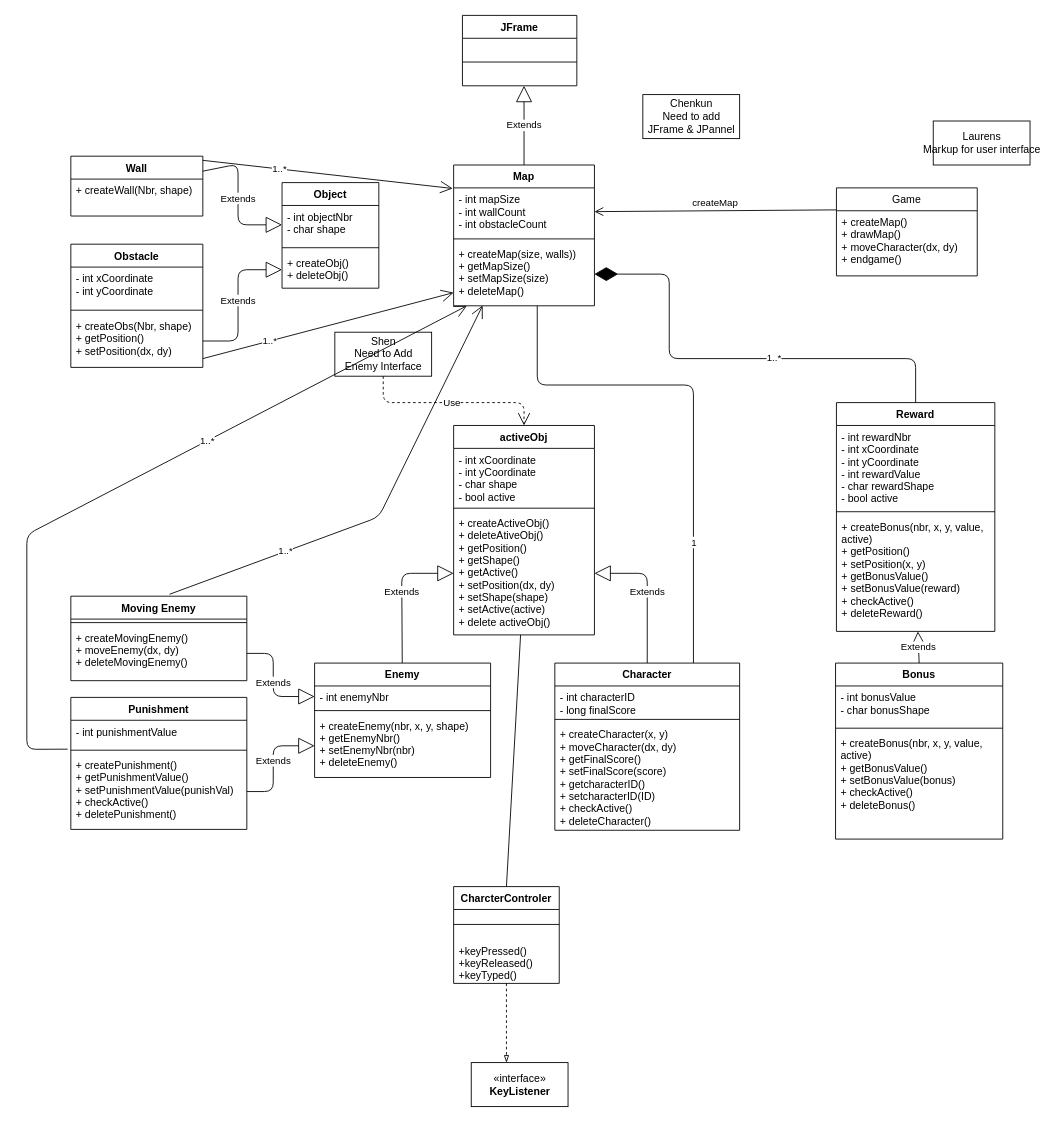
Before: page "Class Diagram" (1 of 3) of Design/Team_UML.drawio in cungquang/Tony-In-Need-of-Penny, a draw.io diagram. Source tidied: cells renumbered, new cells numbered last; positions are measured from the earlier drawing's top-left corner, leaving out a move shared by most shapes. Both pictures are drawn from the tidied source at 88%, with x=0, y=0 at pixel (26, 15).
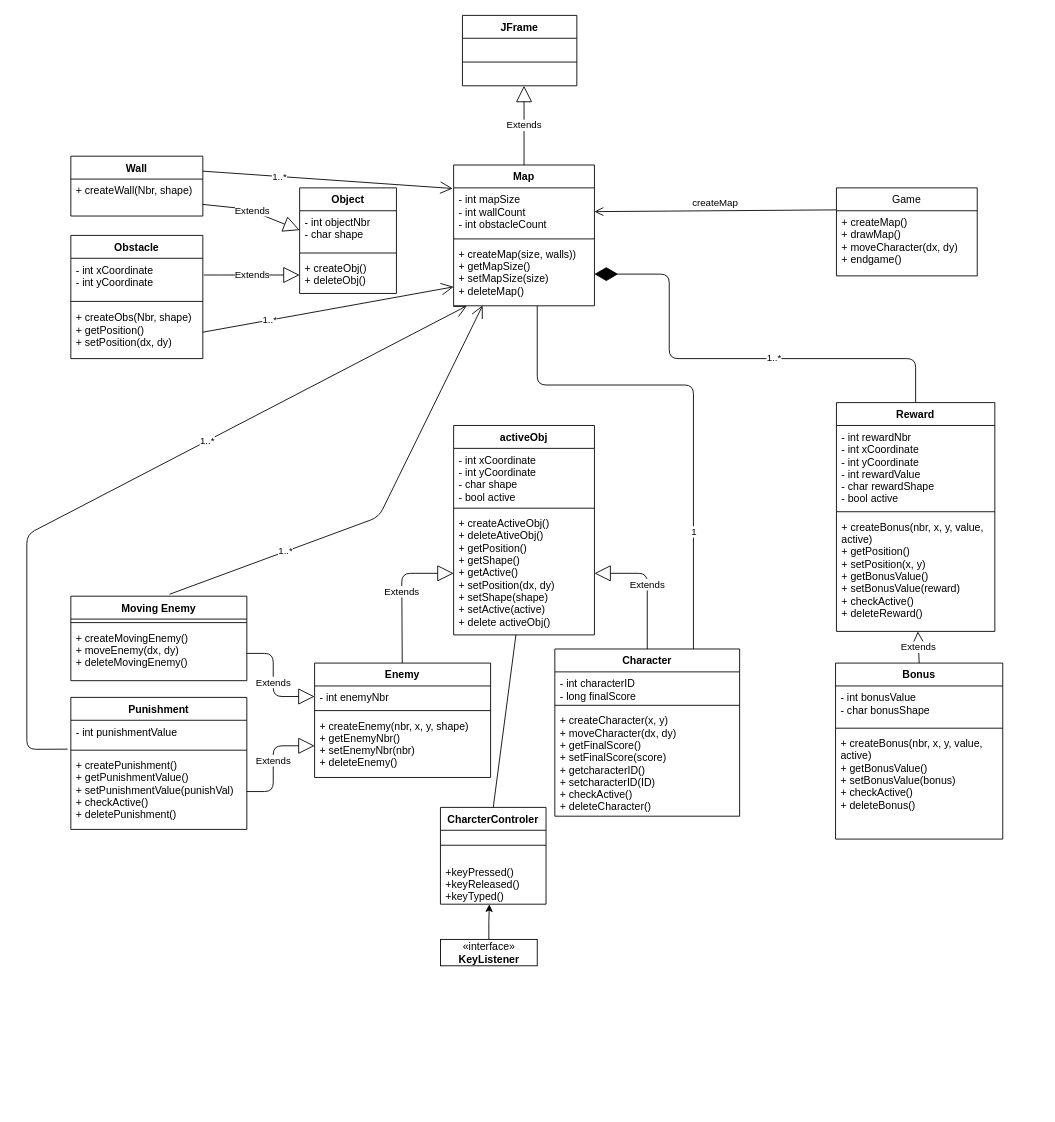
The same diagram, later.

Commit message:
FinalVersion 21/Feb 21:19

Unchanged cells that the change refers to:
```xml
<mxCell id="7" value="- int mapSize&#10;- int wallCount&#10;- int obstacleCount" style="text;strokeColor=none;fillColor=none;align=left;verticalAlign=top;spacingLeft=4;spacingRight=4;overflow=hidden;points=[[0,0.5],[1,0.5]];portConstraint=eastwest;" parent="6" vertex="1">
  <mxGeometry y="26" width="160" height="54" as="geometry" />
</mxCell>
<mxCell id="9" value="+ createMap(size, walls))&#10;+ getMapSize()&#10;+ setMapSize(size)&#10;+ deleteMap()" style="text;strokeColor=none;fillColor=none;align=left;verticalAlign=top;spacingLeft=4;spacingRight=4;overflow=hidden;points=[[0,0.5],[1,0.5]];portConstraint=eastwest;" parent="6" vertex="1">
  <mxGeometry y="88" width="160" height="72" as="geometry" />
</mxCell>
<mxCell id="26" value="Wall" style="swimlane;fontStyle=1;align=center;verticalAlign=top;horizontal=1;startSize=26;" parent="1" vertex="1">
  <mxGeometry x="50" y="160" width="150" height="68" as="geometry" />
</mxCell>
<mxCell id="27" value="+ createWall(Nbr, shape)" style="text;strokeColor=none;fillColor=none;align=left;verticalAlign=top;spacingLeft=4;spacingRight=4;overflow=hidden;points=[[0,0.5],[1,0.5]];portConstraint=eastwest;" parent="26" vertex="1">
  <mxGeometry y="26" width="150" height="42" as="geometry" />
</mxCell>
<mxCell id="31" value="+ createObs(Nbr, shape)&#10;+ getPosition()&#10;+ setPosition(dx, dy)&#10;" style="text;strokeColor=none;fillColor=none;align=left;verticalAlign=top;spacingLeft=4;spacingRight=4;overflow=hidden;points=[[0,0.5],[1,0.5]];portConstraint=eastwest;" parent="28" vertex="1">
  <mxGeometry y="80" width="150" height="60" as="geometry" />
</mxCell>
<mxCell id="48" value="- int objectNbr&#10;- char shape" style="text;strokeColor=none;fillColor=none;align=left;verticalAlign=top;spacingLeft=4;spacingRight=4;overflow=hidden;points=[[0,0.5],[1,0.5]];portConstraint=eastwest;" parent="47" vertex="1">
  <mxGeometry y="26" width="110" height="44" as="geometry" />
</mxCell>
<mxCell id="50" value="+ createObj()&#10;+ deleteObj()" style="text;strokeColor=none;fillColor=none;align=left;verticalAlign=top;spacingLeft=4;spacingRight=4;overflow=hidden;points=[[0,0.5],[1,0.5]];portConstraint=eastwest;" parent="47" vertex="1">
  <mxGeometry y="78" width="110" height="42" as="geometry" />
</mxCell>
<mxCell id="51" value="activeObj" style="swimlane;fontStyle=1;align=center;verticalAlign=top;horizontal=1;startSize=26;" parent="1" vertex="1">
  <mxGeometry x="485" y="466" width="160" height="238" as="geometry" />
</mxCell>
<mxCell id="77" value="+keyPressed()&#10;+keyReleased()&#10;+keyTyped()&#10;" style="text;strokeColor=none;fillColor=none;align=left;verticalAlign=top;spacingLeft=4;spacingRight=4;overflow=hidden;points=[[0,0.5],[1,0.5]];portConstraint=eastwest;" parent="75" vertex="1">
  <mxGeometry y="60" width="120" height="50" as="geometry" />
</mxCell>
```

Change to the diagram source:
```diff
@@
     <mxCell id="2" value="Character" style="swimlane;fontStyle=1;align=center;verticalAlign=top;horizontal=1;startSize=26;" parent="1" vertex="1">
-      <mxGeometry x="600" y="736" width="210" height="190" as="geometry" />
+      <mxGeometry x="600" y="720" width="210" height="190" as="geometry" />
     </mxCell>
@@
     <mxCell id="28" value="Obstacle" style="swimlane;fontStyle=1;align=center;verticalAlign=top;horizontal=1;startSize=26;" parent="1" vertex="1">
-      <mxGeometry x="50" y="260" width="150" height="140" as="geometry" />
+      <mxGeometry x="50" y="250" width="150" height="140" as="geometry" />
     </mxCell>
@@
-    <mxCell id="42" value="Shen&lt;br&gt;Need to Add&lt;br&gt;Enemy Interface" style="html=1;" parent="1" vertex="1">
-      <mxGeometry x="350" y="360" width="110" height="50" as="geometry" />
-    </mxCell>
-    <mxCell id="43" value="Use" style="endArrow=open;endSize=12;dashed=1;html=1;exitX=0.5;exitY=1;exitDx=0;exitDy=0;entryX=0.5;entryY=0;entryDx=0;entryDy=0;" parent="1" edge="1" source="42" target="51">
-      <mxGeometry relative="1" as="geometry">
-        <Array as="points">
-          <mxPoint x="405" y="440" />
-          <mxPoint x="565" y="440" />
-        </Array>
-      </mxGeometry>
-    </mxCell>
@@
-    <mxCell id="45" value="Chenkun&lt;br&gt;Need to add&lt;br&gt;JFrame &amp;amp; JPannel" style="html=1;" parent="1" vertex="1">
-      <mxGeometry x="700" y="90" width="110" height="50" as="geometry" />
-    </mxCell>
-    <mxCell id="46" value="Laurens&lt;br&gt;Markup for user interface" style="html=1;" parent="1" vertex="1">
-      <mxGeometry x="1030" y="120" width="110" height="50" as="geometry" />
-    </mxCell>
     <mxCell id="47" value="Object" style="swimlane;fontStyle=1;align=center;verticalAlign=top;horizontal=1;startSize=26;" parent="1" vertex="1">
-      <mxGeometry x="290" y="190" width="110" height="120" as="geometry" />
+      <mxGeometry x="310" y="196" width="110" height="120" as="geometry" />
     </mxCell>
@@
-    <mxCell id="55" value="Extends" style="endArrow=block;endSize=16;endFill=0;html=1;exitX=1;exitY=0.25;exitDx=0;exitDy=0;entryX=0;entryY=0.5;entryDx=0;entryDy=0;" parent="1" edge="1" source="26" target="48">
+    <mxCell id="55" value="Extends" style="endArrow=block;endSize=16;endFill=0;html=1;entryX=0;entryY=0.5;entryDx=0;entryDy=0;" parent="1" edge="1" source="27" target="48">
       <mxGeometry relative="1" as="geometry">
         <Array as="points">
-          <mxPoint x="240" y="169" />
-          <mxPoint x="240" y="238" />
+          <mxPoint x="250" y="220" />
         </Array>
       </mxGeometry>
     </mxCell>
-    <mxCell id="56" value="Extends" style="endArrow=block;endSize=16;endFill=0;html=1;exitX=1;exitY=0.5;exitDx=0;exitDy=0;entryX=0;entryY=0.5;entryDx=0;entryDy=0;" parent="1" edge="1" source="31" target="50">
+    <mxCell id="56" value="Extends" style="endArrow=block;endSize=16;endFill=0;html=1;entryX=0;entryY=0.5;entryDx=0;entryDy=0;" parent="1" edge="1" target="50">
       <mxGeometry relative="1" as="geometry">
+        <mxPoint x="201" y="295" as="sourcePoint" />
         <Array as="points">
-          <mxPoint x="240" y="370" />
-          <mxPoint x="240" y="289" />
+          <mxPoint x="230" y="295" />
+          <mxPoint x="270" y="295" />
         </Array>
       </mxGeometry>
     </mxCell>
@@
-    <mxCell id="61" style="endArrow=open;endFill=1;endSize=12;html=1;entryX=-0.007;entryY=0.013;entryDx=0;entryDy=0;entryPerimeter=0;" parent="1" edge="1" target="7">
-      <mxGeometry relative="1" as="geometry">
-        <mxPoint x="200" y="164.7" as="sourcePoint" />
-      </mxGeometry>
+    <mxCell id="61" style="endArrow=open;endFill=1;endSize=12;html=1;entryX=-0.007;entryY=0.013;entryDx=0;entryDy=0;entryPerimeter=0;exitX=1;exitY=0.25;exitDx=0;exitDy=0;" parent="1" edge="1" source="26" target="7">
+      <mxGeometry relative="1" as="geometry" />
     </mxCell>
@@
-    <mxCell id="63" style="endArrow=open;endFill=1;endSize=12;html=1;" parent="1" edge="1" target="9">
-      <mxGeometry relative="1" as="geometry">
-        <mxPoint x="200" y="390" as="sourcePoint" />
-      </mxGeometry>
+    <mxCell id="63" style="endArrow=open;endFill=1;endSize=12;html=1;exitX=1;exitY=0.5;exitDx=0;exitDy=0;" parent="1" edge="1" source="31" target="9">
+      <mxGeometry relative="1" as="geometry" />
     </mxCell>
@@
+    <mxCell id="79" style="edgeStyle=orthogonalEdgeStyle;rounded=0;jettySize=auto;html=1;entryX=0.463;entryY=1.004;entryDx=0;entryDy=0;entryPerimeter=0;" parent="1" edge="1" source="72" target="77">
+      <mxGeometry relative="1" as="geometry" />
+    </mxCell>
     <mxCell id="72" value="«interface»&lt;br&gt;&lt;b&gt;KeyListener&lt;/b&gt;" style="html=1;" parent="1" vertex="1">
-      <mxGeometry x="505" y="1190" width="110" height="50" as="geometry" />
+      <mxGeometry x="470" y="1050" width="110" height="30" as="geometry" />
     </mxCell>
     <mxCell id="73" value="&lt;br&gt;" style="text;html=1;align=center;verticalAlign=middle;" parent="1" vertex="1">
-      <mxGeometry x="555" y="1060" width="20" height="20" as="geometry" />
+      <mxGeometry x="540" y="1040" width="20" height="20" as="geometry" />
     </mxCell>
-    <mxCell id="74" style="edgeStyle=orthogonalEdgeStyle;rounded=0;jettySize=auto;html=1;entryX=0.364;entryY=0;entryDx=0;entryDy=0;entryPerimeter=0;endArrow=blockThin;endFill=0;dashed=1;" parent="1" edge="1" source="75" target="72">
-      <mxGeometry relative="1" as="geometry">
-        <Array as="points">
-          <mxPoint x="545" y="1150" />
-          <mxPoint x="545" y="1150" />
-        </Array>
-      </mxGeometry>
-    </mxCell>
     <mxCell id="75" value="CharcterControler" style="swimlane;fontStyle=1;align=center;verticalAlign=top;horizontal=1;startSize=26;" parent="1" vertex="1">
-      <mxGeometry x="485" y="990" width="120" height="110" as="geometry" />
+      <mxGeometry x="470" y="900" width="120" height="110" as="geometry" />
     </mxCell>
```
